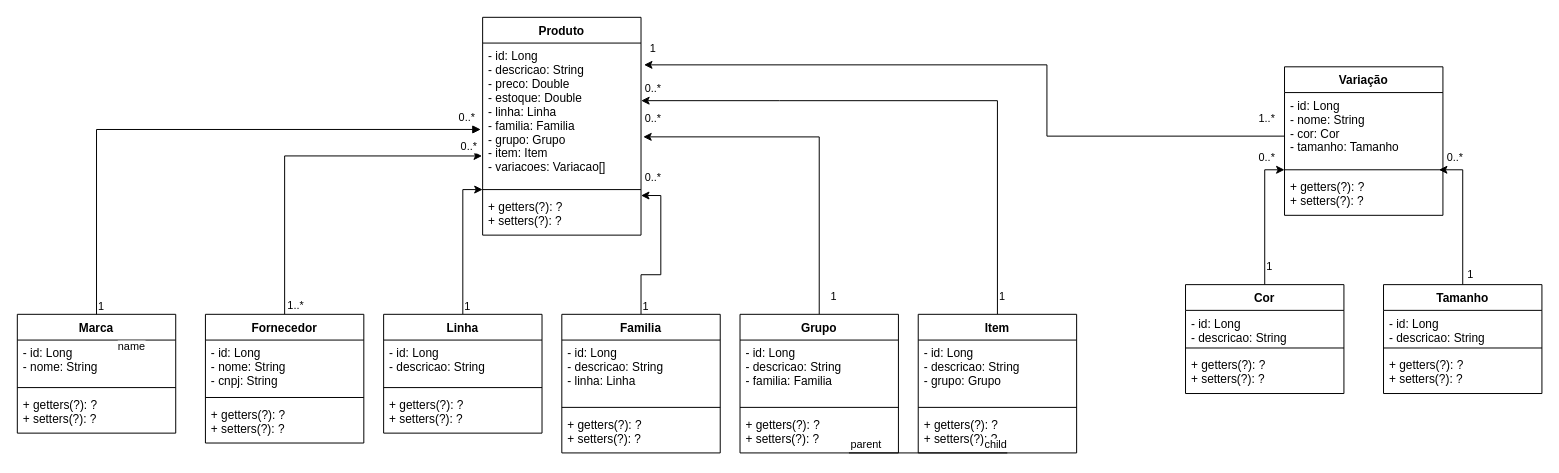
Earlier version of the draw.io diagram teste.drawio (augustocesarsousa/draw-io). Source tidied: cells renumbered, new cells numbered last; positions are measured from the earlier drawing's top-left corner, leaving out a move shared by most shapes. Both pictures are drawn from the tidied source at 99%, with x=0, y=0 at pixel (17, 17).
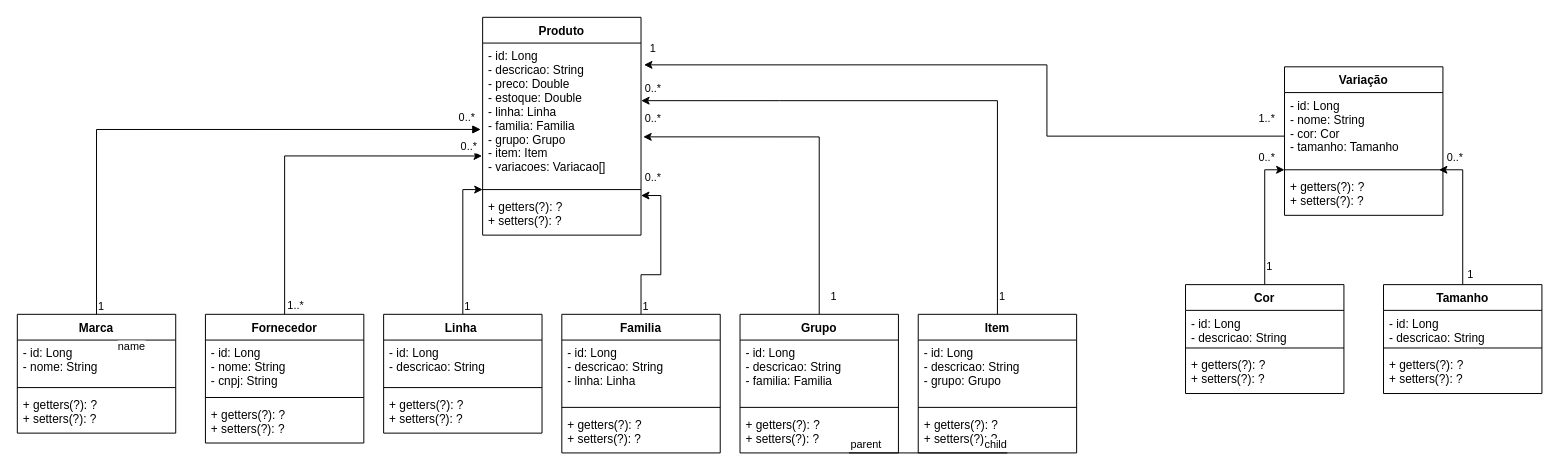
Above is the later version.

Change to the diagram source:
```diff
@@
-    <mxCell id="39" value="Linha" style="swimlane;fontStyle=1;align=center;verticalAlign=top;horizontal=1;startSize=26;" parent="1" vertex="1">
+    <mxCell id="39" value="Linha " style="swimlane;fontStyle=1;align=center;verticalAlign=top;horizontal=1;startSize=26;" parent="1" vertex="1">
       <mxGeometry x="370" y="300" width="160" height="120" as="geometry" />
     </mxCell>
```
